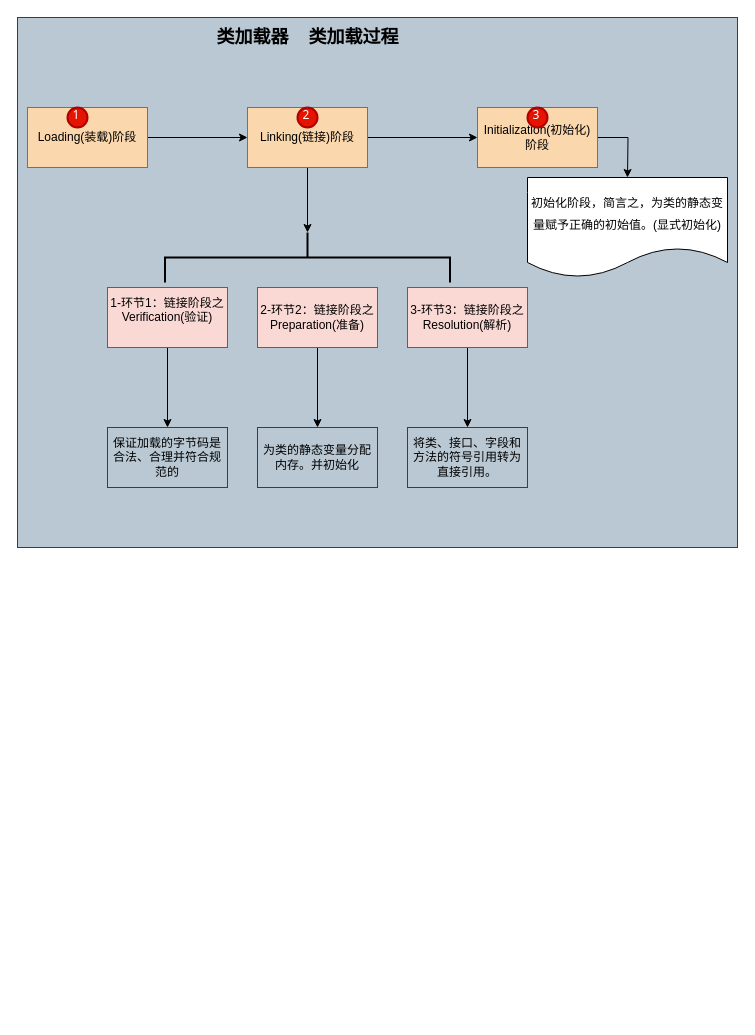
This is page "类加载器" (2 of 2) of jvm.drawio from rea-leaf/diagrams-data, a draw.io file, before an edit. Source tidied: cells renumbered, new cells numbered last; positions are measured from the earlier drawing's top-left corner, leaving out a move shared by most shapes. Both pictures are drawn from the tidied source at 100%, with x=0, y=0 at pixel (17, 17).
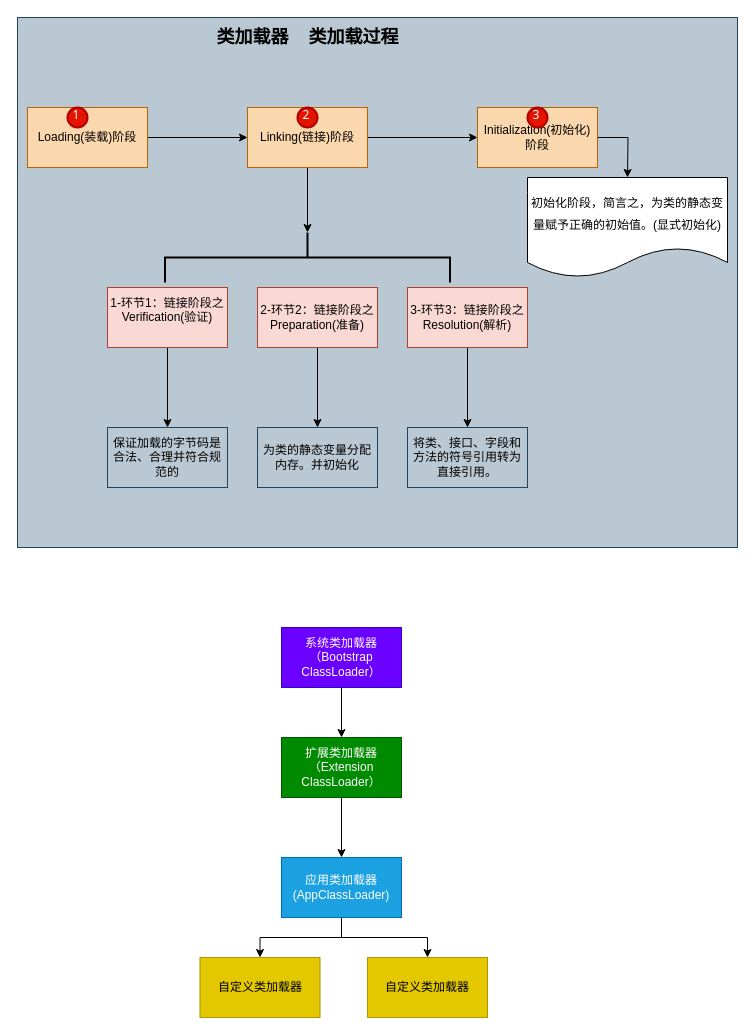
The same diagram, later.

The edit, as a diff of the source:
```diff
@@
+    <mxCell id="25" style="edgeStyle=orthogonalEdgeStyle;rounded=0;jettySize=auto;html=1;fontSize=12;" parent="1" edge="1" source="26" target="28">
+      <mxGeometry relative="1" as="geometry" />
+    </mxCell>
+    <mxCell id="26" value="系统类加载器（Bootstrap ClassLoader）" style="rounded=0;whiteSpace=wrap;html=1;fontSize=12;fillColor=#6a00ff;fontColor=#ffffff;strokeColor=#3700CC;" parent="1" vertex="1">
+      <mxGeometry x="264" y="610" width="120" height="60" as="geometry" />
+    </mxCell>
+    <mxCell id="27" style="edgeStyle=orthogonalEdgeStyle;rounded=0;jettySize=auto;html=1;fontSize=12;" parent="1" edge="1" source="28" target="31">
+      <mxGeometry relative="1" as="geometry" />
+    </mxCell>
+    <mxCell id="28" value="扩展类加载器（Extension ClassLoader）" style="rounded=0;whiteSpace=wrap;html=1;fontSize=12;fillColor=#008a00;fontColor=#ffffff;strokeColor=#005700;" parent="1" vertex="1">
+      <mxGeometry x="264" y="720" width="120" height="60" as="geometry" />
+    </mxCell>
+    <mxCell id="29" style="edgeStyle=orthogonalEdgeStyle;rounded=0;jettySize=auto;html=1;fontSize=12;" parent="1" edge="1" source="31" target="32">
+      <mxGeometry relative="1" as="geometry" />
+    </mxCell>
+    <mxCell id="30" style="edgeStyle=orthogonalEdgeStyle;rounded=0;jettySize=auto;html=1;fontSize=12;" parent="1" edge="1" source="31" target="33">
+      <mxGeometry relative="1" as="geometry" />
+    </mxCell>
+    <mxCell id="31" value="应用类加载器(AppClassLoader)" style="rounded=0;whiteSpace=wrap;html=1;fontSize=12;fillColor=#1ba1e2;fontColor=#ffffff;strokeColor=#006EAF;" parent="1" vertex="1">
+      <mxGeometry x="264" y="840" width="120" height="60" as="geometry" />
+    </mxCell>
+    <mxCell id="32" value="自定义类加载器" style="rounded=0;whiteSpace=wrap;html=1;fontSize=12;fillColor=#e3c800;fontColor=#000000;strokeColor=#B09500;" parent="1" vertex="1">
+      <mxGeometry x="182.5" y="940" width="120" height="60" as="geometry" />
+    </mxCell>
+    <mxCell id="33" value="自定义类加载器" style="rounded=0;whiteSpace=wrap;html=1;fontSize=12;fillColor=#e3c800;fontColor=#000000;strokeColor=#B09500;" parent="1" vertex="1">
+      <mxGeometry x="350" y="940" width="120" height="60" as="geometry" />
+    </mxCell>
```
